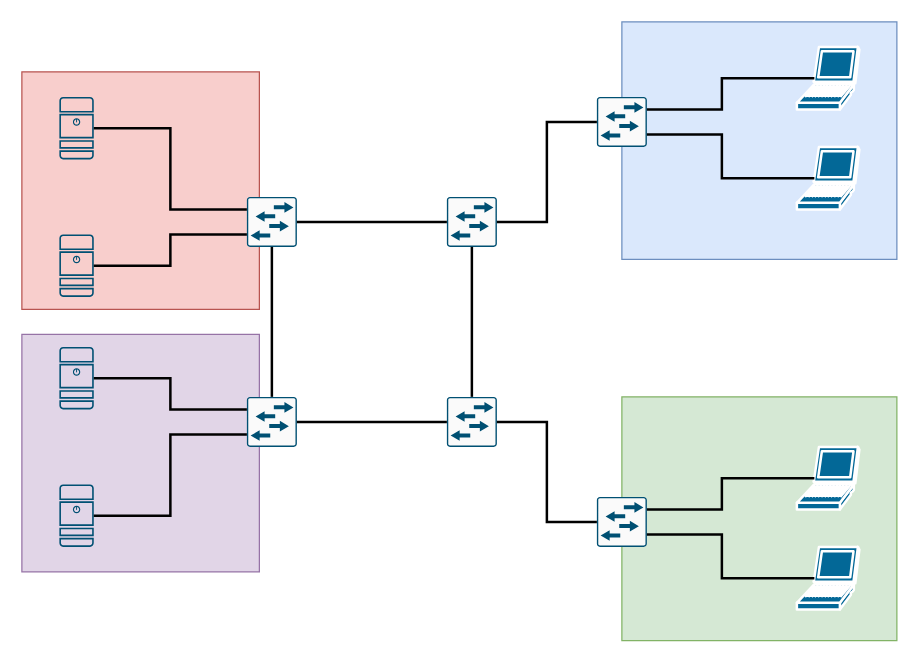
Above: Diagram bez tytułu.drawio in kacperson/projekt_ssp (draw.io), before the change. Source tidied: cells renumbered, new cells numbered last; positions are measured from the earlier drawing's top-left corner, leaving out a move shared by most shapes. Both pictures are drawn from the tidied source at 125%, with x=0, y=0 at pixel (21, 21).
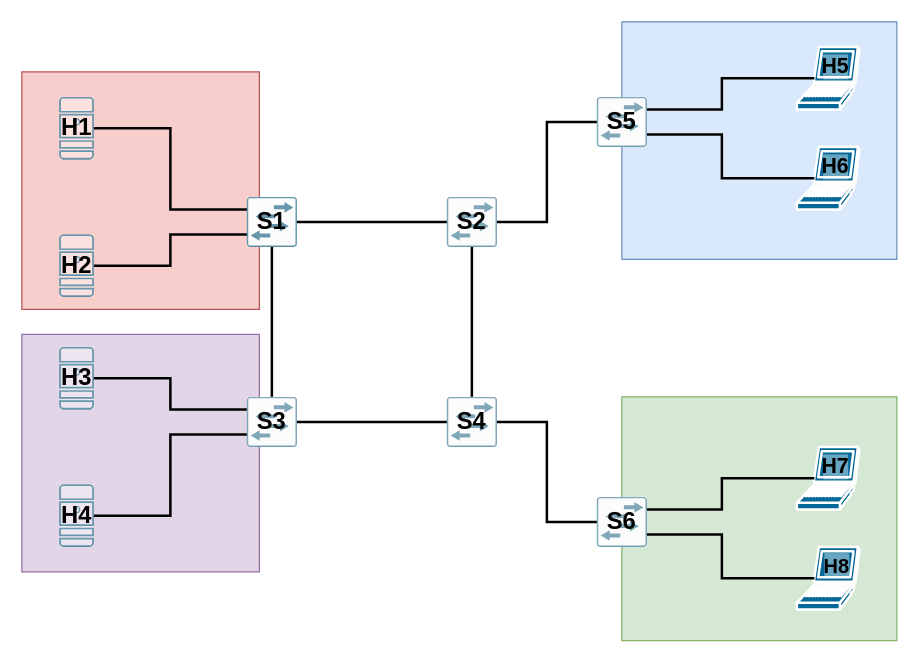
After the change.

The edit, as a diff of the source:
```diff
@@
+    <mxCell id="34" value="S1" style="rounded=0;whiteSpace=wrap;html=1;opacity=40;strokeWidth=1;fontStyle=1;fontSize=19;strokeColor=none;" parent="1" vertex="1">
+      <mxGeometry x="180" y="140" width="40" height="40" as="geometry" />
+    </mxCell>
+    <mxCell id="35" value="S2" style="rounded=0;whiteSpace=wrap;html=1;opacity=50;strokeWidth=1;fontStyle=1;fontSize=19;strokeColor=none;" parent="1" vertex="1">
+      <mxGeometry x="340" y="140" width="40" height="40" as="geometry" />
+    </mxCell>
+    <mxCell id="36" value="S3" style="rounded=0;whiteSpace=wrap;html=1;opacity=50;strokeWidth=1;fontStyle=1;fontSize=19;strokeColor=none;" parent="1" vertex="1">
+      <mxGeometry x="180" y="300" width="40" height="40" as="geometry" />
+    </mxCell>
+    <mxCell id="37" value="S4" style="rounded=0;whiteSpace=wrap;html=1;opacity=50;strokeWidth=1;fontStyle=1;fontSize=19;strokeColor=none;" parent="1" vertex="1">
+      <mxGeometry x="340" y="300" width="40" height="40" as="geometry" />
+    </mxCell>
+    <mxCell id="38" value="S5" style="rounded=0;whiteSpace=wrap;html=1;opacity=50;strokeWidth=1;fontStyle=1;fontSize=19;strokeColor=none;" parent="1" vertex="1">
+      <mxGeometry x="460" y="60" width="40" height="40" as="geometry" />
+    </mxCell>
+    <mxCell id="39" value="S6" style="rounded=0;whiteSpace=wrap;html=1;opacity=50;strokeWidth=1;fontStyle=1;fontSize=19;strokeColor=none;" parent="1" vertex="1">
+      <mxGeometry x="460" y="380" width="40" height="40" as="geometry" />
+    </mxCell>
+    <mxCell id="40" value="H1" style="rounded=0;whiteSpace=wrap;html=1;opacity=40;strokeWidth=1;fontStyle=1;fontSize=19;strokeColor=none;" parent="1" vertex="1">
+      <mxGeometry x="30" y="60" width="27.5" height="50" as="geometry" />
+    </mxCell>
+    <mxCell id="41" value="H2" style="rounded=0;whiteSpace=wrap;html=1;opacity=40;strokeWidth=1;fontStyle=1;fontSize=19;strokeColor=none;" parent="1" vertex="1">
+      <mxGeometry x="30" y="170" width="27.5" height="50" as="geometry" />
+    </mxCell>
+    <mxCell id="42" value="H3" style="rounded=0;whiteSpace=wrap;html=1;opacity=40;strokeWidth=1;fontStyle=1;fontSize=19;strokeColor=none;" parent="1" vertex="1">
+      <mxGeometry x="30" y="260" width="27.5" height="50" as="geometry" />
+    </mxCell>
+    <mxCell id="43" value="H4" style="rounded=0;whiteSpace=wrap;html=1;opacity=40;strokeWidth=1;fontStyle=1;fontSize=19;strokeColor=none;" parent="1" vertex="1">
+      <mxGeometry x="30" y="370" width="27.5" height="50" as="geometry" />
+    </mxCell>
+    <mxCell id="44" value="H5" style="rounded=0;whiteSpace=wrap;html=1;opacity=40;strokeWidth=1;fontStyle=1;fontSize=17;strokeColor=none;fillColor=default;fontColor=#000000;labelBackgroundColor=none;" parent="1" vertex="1">
+      <mxGeometry x="641" y="26" width="20" height="20" as="geometry" />
+    </mxCell>
+    <mxCell id="45" value="H6" style="rounded=0;whiteSpace=wrap;html=1;opacity=40;strokeWidth=1;fontStyle=1;fontSize=17;strokeColor=none;fillColor=default;fontColor=#000000;labelBackgroundColor=none;" parent="1" vertex="1">
+      <mxGeometry x="641" y="106" width="20" height="20" as="geometry" />
+    </mxCell>
+    <mxCell id="46" value="H7" style="rounded=0;whiteSpace=wrap;html=1;opacity=40;strokeWidth=1;fontStyle=1;fontSize=17;strokeColor=none;fillColor=default;fontColor=#000000;labelBackgroundColor=none;" parent="1" vertex="1">
+      <mxGeometry x="641" y="346" width="20" height="20" as="geometry" />
+    </mxCell>
+    <mxCell id="47" value="H8" style="rounded=0;whiteSpace=wrap;html=1;opacity=40;strokeWidth=1;fontStyle=1;fontSize=16;strokeColor=none;fillColor=default;fontColor=#000000;labelBackgroundColor=none;" parent="1" vertex="1">
+      <mxGeometry x="642" y="425" width="20" height="20" as="geometry" />
+    </mxCell>
```
